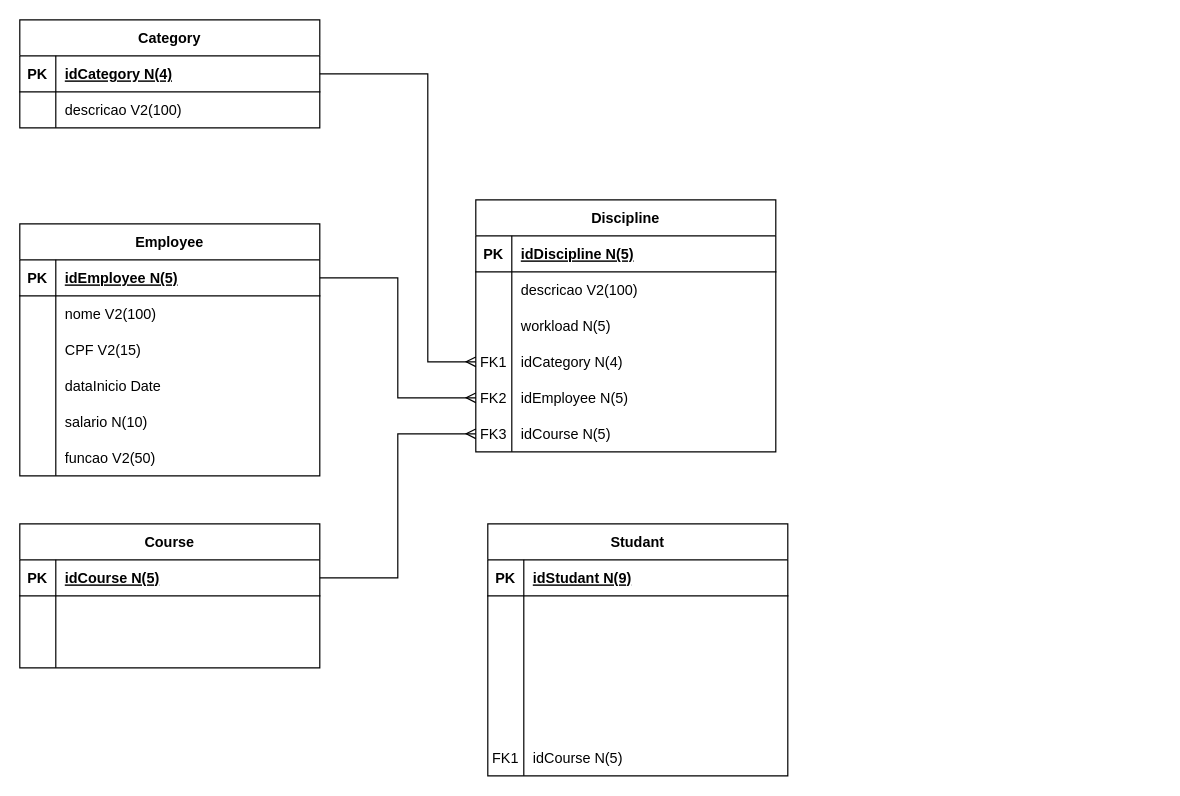
The draw.io diagram diagram_database_course_manager_system.drawio in JonazOliveira/course-manager-system, before the edit. Source tidied: cells renumbered, new cells numbered last; positions are measured from the earlier drawing's top-left corner, leaving out a move shared by most shapes. Both pictures are drawn from the tidied source at 120%, with x=0, y=0 at pixel (19, 19).
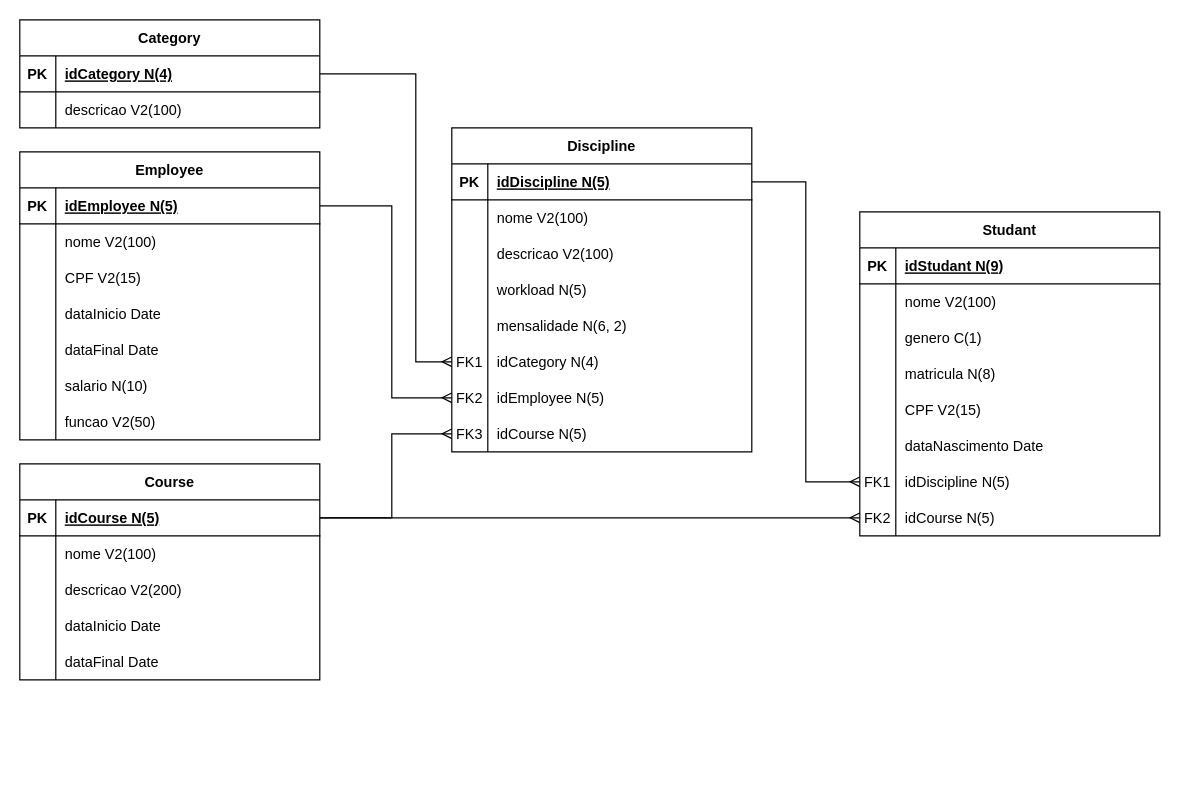
After the change.

Unchanged cells that the change refers to:
```xml
<mxCell id="3" style="shape=partialRectangle;fillColor=none;points=[[0,0.5],[1,0.5]];portConstraint=eastwest;top=0;left=0;right=0;bottom=1;" parent="2" vertex="1">
  <mxGeometry y="30" width="250" height="30" as="geometry" />
</mxCell>
<mxCell id="6" style="shape=partialRectangle;fillColor=none;top=0;left=0;right=0;bottom=0;" parent="2" vertex="1">
  <mxGeometry y="60" width="250" height="30" as="geometry" />
</mxCell>
<mxCell id="9" style="shape=partialRectangle;fillColor=none;top=0;left=0;right=0;bottom=0;" parent="2" vertex="1">
  <mxGeometry y="90" width="250" height="30" as="geometry" />
</mxCell>
<mxCell id="13" style="shape=partialRectangle;fillColor=none;points=[[0,0.5],[1,0.5]];portConstraint=eastwest;top=0;left=0;right=0;bottom=1;" parent="12" vertex="1">
  <mxGeometry y="30" width="250" height="30" as="geometry" />
</mxCell>
<mxCell id="35" style="shape=partialRectangle;fillColor=none;top=0;left=0;right=0;bottom=0;" parent="31" vertex="1">
  <mxGeometry y="60" width="250" height="30" as="geometry" />
</mxCell>
<mxCell id="51" style="shape=partialRectangle;fillColor=none;points=[[0,0.5],[1,0.5]];portConstraint=eastwest;top=0;left=0;right=0;bottom=1;" parent="50" vertex="1">
  <mxGeometry y="30" width="250" height="30" as="geometry" />
</mxCell>
<mxCell id="70" style="shape=partialRectangle;fillColor=none;points=[[0,0.5],[1,0.5]];portConstraint=eastwest;top=0;left=0;right=0;bottom=1;" parent="69" vertex="1">
  <mxGeometry y="30" width="250" height="30" as="geometry" />
</mxCell>
```

What changed in the source:
```diff
@@
     <mxCell id="2" value="Course" style="shape=table;startSize=30;childLayout=tableLayout;rowLines=0;fontStyle=1;align=center;" parent="1" vertex="1">
-      <mxGeometry y="420" width="250" height="120" as="geometry" />
+      <mxGeometry y="370" width="250" height="180" as="geometry" />
     </mxCell>
@@
-    <mxCell id="8" style="shape=partialRectangle;overflow=hidden;fillColor=none;top=0;left=0;bottom=0;right=0;align=left;spacingLeft=6;" parent="6" vertex="1">
+    <mxCell id="8" value="nome V2(100)" style="shape=partialRectangle;overflow=hidden;fillColor=none;top=0;left=0;bottom=0;right=0;align=left;spacingLeft=6;" parent="6" vertex="1">
       <mxGeometry x="30" width="220" height="30" as="geometry" />
     </mxCell>
@@
-    <mxCell id="11" style="shape=partialRectangle;overflow=hidden;fillColor=none;top=0;left=0;bottom=0;right=0;align=left;spacingLeft=6;" parent="9" vertex="1">
+    <mxCell id="11" value="descricao V2(200)" style="shape=partialRectangle;overflow=hidden;fillColor=none;top=0;left=0;bottom=0;right=0;align=left;spacingLeft=6;" parent="9" vertex="1">
       <mxGeometry x="30" width="220" height="30" as="geometry" />
     </mxCell>
+    <mxCell id="79" style="shape=partialRectangle;fillColor=none;top=0;left=0;right=0;bottom=0;" parent="2" vertex="1">
+      <mxGeometry y="120" width="250" height="30" as="geometry" />
+    </mxCell>
+    <mxCell id="80" style="shape=partialRectangle;overflow=hidden;fillColor=none;top=0;left=0;bottom=0;right=0;" parent="79" vertex="1">
+      <mxGeometry width="30" height="30" as="geometry" />
+    </mxCell>
+    <mxCell id="81" value="dataInicio Date" style="shape=partialRectangle;overflow=hidden;fillColor=none;top=0;left=0;bottom=0;right=0;align=left;spacingLeft=6;" parent="79" vertex="1">
+      <mxGeometry x="30" width="220" height="30" as="geometry" />
+    </mxCell>
+    <mxCell id="82" style="shape=partialRectangle;fillColor=none;top=0;left=0;right=0;bottom=0;" parent="2" vertex="1">
+      <mxGeometry y="150" width="250" height="30" as="geometry" />
+    </mxCell>
+    <mxCell id="83" style="shape=partialRectangle;overflow=hidden;fillColor=none;top=0;left=0;bottom=0;right=0;" parent="82" vertex="1">
+      <mxGeometry width="30" height="30" as="geometry" />
+    </mxCell>
+    <mxCell id="84" value="dataFinal Date" style="shape=partialRectangle;overflow=hidden;fillColor=none;top=0;left=0;bottom=0;right=0;align=left;spacingLeft=6;" parent="82" vertex="1">
+      <mxGeometry x="30" width="220" height="30" as="geometry" />
+    </mxCell>
     <mxCell id="12" value="Employee" style="shape=table;startSize=30;childLayout=tableLayout;rowLines=0;fontStyle=1;align=center;" parent="1" vertex="1">
-      <mxGeometry y="170" width="250" height="210" as="geometry" />
+      <mxGeometry y="110" width="250" height="240" as="geometry" />
     </mxCell>
@@
+    <mxCell id="85" style="shape=partialRectangle;fillColor=none;top=0;left=0;right=0;bottom=0;" parent="12" vertex="1">
+      <mxGeometry y="150" width="250" height="30" as="geometry" />
+    </mxCell>
+    <mxCell id="86" style="shape=partialRectangle;overflow=hidden;fillColor=none;top=0;left=0;bottom=0;right=0;" parent="85" vertex="1">
+      <mxGeometry width="30" height="30" as="geometry" />
+    </mxCell>
+    <mxCell id="87" value="dataFinal Date" style="shape=partialRectangle;overflow=hidden;fillColor=none;top=0;left=0;bottom=0;right=0;align=left;spacingLeft=6;" parent="85" vertex="1">
+      <mxGeometry x="30" width="220" height="30" as="geometry" />
+    </mxCell>
     <mxCell id="25" style="shape=partialRectangle;fillColor=none;top=0;left=0;right=0;bottom=0;" parent="12" vertex="1">
-      <mxGeometry y="150" width="250" height="30" as="geometry" />
+      <mxGeometry y="180" width="250" height="30" as="geometry" />
     </mxCell>
@@
     <mxCell id="28" style="shape=partialRectangle;fillColor=none;top=0;left=0;right=0;bottom=0;" parent="12" vertex="1">
-      <mxGeometry y="180" width="250" height="30" as="geometry" />
+      <mxGeometry y="210" width="250" height="30" as="geometry" />
     </mxCell>
@@
     <mxCell id="31" value="Studant" style="shape=table;startSize=30;childLayout=tableLayout;rowLines=0;fontStyle=1;align=center;" parent="1" vertex="1">
-      <mxGeometry x="390" y="420" width="250" height="210" as="geometry" />
+      <mxGeometry x="700" y="160" width="250" height="270" as="geometry" />
     </mxCell>
@@
-    <mxCell id="37" style="shape=partialRectangle;overflow=hidden;fillColor=none;top=0;left=0;bottom=0;right=0;align=left;spacingLeft=6;" parent="35" vertex="1">
+    <mxCell id="37" value="nome V2(100)" style="shape=partialRectangle;overflow=hidden;fillColor=none;top=0;left=0;bottom=0;right=0;align=left;spacingLeft=6;" parent="35" vertex="1">
       <mxGeometry x="30" width="220" height="30" as="geometry" />
     </mxCell>
+    <mxCell id="88" style="shape=partialRectangle;fillColor=none;top=0;left=0;right=0;bottom=0;" parent="31" vertex="1">
+      <mxGeometry y="90" width="250" height="30" as="geometry" />
+    </mxCell>
+    <mxCell id="89" style="shape=partialRectangle;overflow=hidden;fillColor=none;top=0;left=0;bottom=0;right=0;" parent="88" vertex="1">
+      <mxGeometry width="30" height="30" as="geometry" />
+    </mxCell>
+    <mxCell id="90" value="genero C(1)" style="shape=partialRectangle;overflow=hidden;fillColor=none;top=0;left=0;bottom=0;right=0;align=left;spacingLeft=6;" parent="88" vertex="1">
+      <mxGeometry x="30" width="220" height="30" as="geometry" />
+    </mxCell>
     <mxCell id="38" style="shape=partialRectangle;fillColor=none;top=0;left=0;right=0;bottom=0;" parent="31" vertex="1">
-      <mxGeometry y="90" width="250" height="30" as="geometry" />
+      <mxGeometry y="120" width="250" height="30" as="geometry" />
     </mxCell>
@@
-    <mxCell id="40" style="shape=partialRectangle;overflow=hidden;fillColor=none;top=0;left=0;bottom=0;right=0;align=left;spacingLeft=6;" parent="38" vertex="1">
+    <mxCell id="40" value="matricula N(8)" style="shape=partialRectangle;overflow=hidden;fillColor=none;top=0;left=0;bottom=0;right=0;align=left;spacingLeft=6;" parent="38" vertex="1">
       <mxGeometry x="30" width="220" height="30" as="geometry" />
     </mxCell>
     <mxCell id="41" style="shape=partialRectangle;fillColor=none;top=0;left=0;right=0;bottom=0;" parent="31" vertex="1">
-      <mxGeometry y="120" width="250" height="30" as="geometry" />
+      <mxGeometry y="150" width="250" height="30" as="geometry" />
     </mxCell>
@@
-    <mxCell id="43" style="shape=partialRectangle;overflow=hidden;fillColor=none;top=0;left=0;bottom=0;right=0;align=left;spacingLeft=6;" parent="41" vertex="1">
+    <mxCell id="43" value="CPF V2(15)" style="shape=partialRectangle;overflow=hidden;fillColor=none;top=0;left=0;bottom=0;right=0;align=left;spacingLeft=6;" parent="41" vertex="1">
       <mxGeometry x="30" width="220" height="30" as="geometry" />
     </mxCell>
     <mxCell id="44" style="shape=partialRectangle;fillColor=none;top=0;left=0;right=0;bottom=0;" parent="31" vertex="1">
-      <mxGeometry y="150" width="250" height="30" as="geometry" />
+      <mxGeometry y="180" width="250" height="30" as="geometry" />
     </mxCell>
@@
-    <mxCell id="46" style="shape=partialRectangle;overflow=hidden;fillColor=none;top=0;left=0;bottom=0;right=0;align=left;spacingLeft=6;" parent="44" vertex="1">
+    <mxCell id="46" value="dataNascimento Date" style="shape=partialRectangle;overflow=hidden;fillColor=none;top=0;left=0;bottom=0;right=0;align=left;spacingLeft=6;" parent="44" vertex="1">
       <mxGeometry x="30" width="220" height="30" as="geometry" />
     </mxCell>
+    <mxCell id="91" style="shape=partialRectangle;fillColor=none;points=[[0,0.5],[1,0.5]];portConstraint=eastwest;top=0;left=0;right=0;bottom=0;" parent="31" vertex="1">
+      <mxGeometry y="210" width="250" height="30" as="geometry" />
+    </mxCell>
+    <mxCell id="92" value="FK1" style="shape=partialRectangle;overflow=hidden;fillColor=none;top=0;left=0;bottom=0;right=0;" parent="91" vertex="1">
+      <mxGeometry width="30" height="30" as="geometry" />
+    </mxCell>
+    <mxCell id="93" value="idDiscipline N(5)" style="shape=partialRectangle;overflow=hidden;fillColor=none;top=0;left=0;bottom=0;right=0;align=left;spacingLeft=6;" parent="91" vertex="1">
+      <mxGeometry x="30" width="220" height="30" as="geometry" />
+    </mxCell>
     <mxCell id="47" style="shape=partialRectangle;fillColor=none;points=[[0,0.5],[1,0.5]];portConstraint=eastwest;top=0;left=0;right=0;bottom=0;" parent="31" vertex="1">
-      <mxGeometry y="180" width="250" height="30" as="geometry" />
+      <mxGeometry y="240" width="250" height="30" as="geometry" />
     </mxCell>
-    <mxCell id="48" value="FK1" style="shape=partialRectangle;overflow=hidden;fillColor=none;top=0;left=0;bottom=0;right=0;" parent="47" vertex="1">
+    <mxCell id="48" value="FK2" style="shape=partialRectangle;overflow=hidden;fillColor=none;top=0;left=0;bottom=0;right=0;" parent="47" vertex="1">
       <mxGeometry width="30" height="30" as="geometry" />
     </mxCell>
@@
     <mxCell id="50" value="Discipline" style="shape=table;startSize=30;childLayout=tableLayout;rowLines=0;fontStyle=1;align=center;" parent="1" vertex="1">
-      <mxGeometry x="380" y="150" width="250" height="210" as="geometry" />
+      <mxGeometry x="360" y="90" width="250" height="270" as="geometry" />
     </mxCell>
@@
+    <mxCell id="94" style="shape=partialRectangle;fillColor=none;top=0;left=0;right=0;bottom=0;" parent="50" vertex="1">
+      <mxGeometry y="60" width="250" height="30" as="geometry" />
+    </mxCell>
+    <mxCell id="95" style="shape=partialRectangle;overflow=hidden;fillColor=none;top=0;left=0;bottom=0;right=0;" parent="94" vertex="1">
+      <mxGeometry width="30" height="30" as="geometry" />
+    </mxCell>
+    <mxCell id="96" value="nome V2(100)" style="shape=partialRectangle;overflow=hidden;fillColor=none;top=0;left=0;bottom=0;right=0;align=left;spacingLeft=6;" parent="94" vertex="1">
+      <mxGeometry x="30" width="220" height="30" as="geometry" />
+    </mxCell>
     <mxCell id="54" style="shape=partialRectangle;fillColor=none;top=0;left=0;right=0;bottom=0;" parent="50" vertex="1">
-      <mxGeometry y="60" width="250" height="30" as="geometry" />
+      <mxGeometry y="90" width="250" height="30" as="geometry" />
     </mxCell>
@@
     <mxCell id="57" style="shape=partialRectangle;fillColor=none;top=0;left=0;right=0;bottom=0;" parent="50" vertex="1">
-      <mxGeometry y="90" width="250" height="30" as="geometry" />
+      <mxGeometry y="120" width="250" height="30" as="geometry" />
     </mxCell>
@@
+    <mxCell id="97" style="shape=partialRectangle;fillColor=none;top=0;left=0;right=0;bottom=0;" parent="50" vertex="1">
+      <mxGeometry y="150" width="250" height="30" as="geometry" />
+    </mxCell>
+    <mxCell id="98" style="shape=partialRectangle;overflow=hidden;fillColor=none;top=0;left=0;bottom=0;right=0;" parent="97" vertex="1">
+      <mxGeometry width="30" height="30" as="geometry" />
+    </mxCell>
+    <mxCell id="99" value="mensalidade N(6, 2)" style="shape=partialRectangle;overflow=hidden;fillColor=none;top=0;left=0;bottom=0;right=0;align=left;spacingLeft=6;" parent="97" vertex="1">
+      <mxGeometry x="30" width="220" height="30" as="geometry" />
+    </mxCell>
     <mxCell id="60" style="shape=partialRectangle;fillColor=none;points=[[0,0.5],[1,0.5]];portConstraint=eastwest;top=0;left=0;right=0;bottom=0;" parent="50" vertex="1">
-      <mxGeometry y="120" width="250" height="30" as="geometry" />
+      <mxGeometry y="180" width="250" height="30" as="geometry" />
     </mxCell>
@@
     <mxCell id="63" style="shape=partialRectangle;fillColor=none;points=[[0,0.5],[1,0.5]];portConstraint=eastwest;top=0;left=0;right=0;bottom=0;" parent="50" vertex="1">
-      <mxGeometry y="150" width="250" height="30" as="geometry" />
+      <mxGeometry y="210" width="250" height="30" as="geometry" />
     </mxCell>
@@
     <mxCell id="66" style="shape=partialRectangle;fillColor=none;points=[[0,0.5],[1,0.5]];portConstraint=eastwest;top=0;left=0;right=0;bottom=0;" parent="50" vertex="1">
-      <mxGeometry y="180" width="250" height="30" as="geometry" />
+      <mxGeometry y="240" width="250" height="30" as="geometry" />
     </mxCell>
@@
     <mxCell id="76" style="edgeStyle=orthogonalEdgeStyle;rounded=0;jettySize=auto;html=1;exitX=1;exitY=0.5;exitDx=0;exitDy=0;entryX=0;entryY=0.5;entryDx=0;entryDy=0;endArrow=ERmany;endFill=0;" parent="1" edge="1" source="13" target="63">
-      <mxGeometry relative="1" as="geometry" />
+      <mxGeometry relative="1" as="geometry">
+        <Array as="points">
+          <mxPoint x="310" y="155" />
+          <mxPoint x="310" y="315" />
+        </Array>
+      </mxGeometry>
     </mxCell>
     <mxCell id="77" style="edgeStyle=orthogonalEdgeStyle;rounded=0;jettySize=auto;html=1;exitX=1;exitY=0.5;exitDx=0;exitDy=0;entryX=0;entryY=0.5;entryDx=0;entryDy=0;endArrow=ERmany;endFill=0;" parent="1" edge="1" source="3" target="66">
-      <mxGeometry relative="1" as="geometry" />
+      <mxGeometry relative="1" as="geometry">
+        <Array as="points">
+          <mxPoint x="310" y="415" />
+          <mxPoint x="310" y="345" />
+        </Array>
+      </mxGeometry>
     </mxCell>
     <mxCell id="78" style="edgeStyle=orthogonalEdgeStyle;rounded=0;jettySize=auto;html=1;exitX=1;exitY=0.5;exitDx=0;exitDy=0;entryX=0;entryY=0.5;entryDx=0;entryDy=0;endArrow=ERmany;endFill=0;" parent="1" edge="1" source="70" target="60">
       <mxGeometry relative="1" as="geometry">
         <Array as="points">
-          <mxPoint x="340" y="45" />
-          <mxPoint x="340" y="285" />
+          <mxPoint x="330" y="45" />
+          <mxPoint x="330" y="285" />
         </Array>
       </mxGeometry>
     </mxCell>
+    <mxCell id="100" style="edgeStyle=orthogonalEdgeStyle;rounded=0;jettySize=auto;html=1;exitX=1;exitY=0.5;exitDx=0;exitDy=0;entryX=0;entryY=0.5;entryDx=0;entryDy=0;endArrow=ERmany;endFill=0;" parent="1" edge="1" source="3" target="47">
+      <mxGeometry relative="1" as="geometry" />
+    </mxCell>
+    <mxCell id="101" style="edgeStyle=orthogonalEdgeStyle;rounded=0;jettySize=auto;html=1;exitX=1;exitY=0.5;exitDx=0;exitDy=0;entryX=0;entryY=0.5;entryDx=0;entryDy=0;endArrow=ERmany;endFill=0;" parent="1" edge="1" source="51" target="91">
+      <mxGeometry relative="1" as="geometry" />
+    </mxCell>
```
